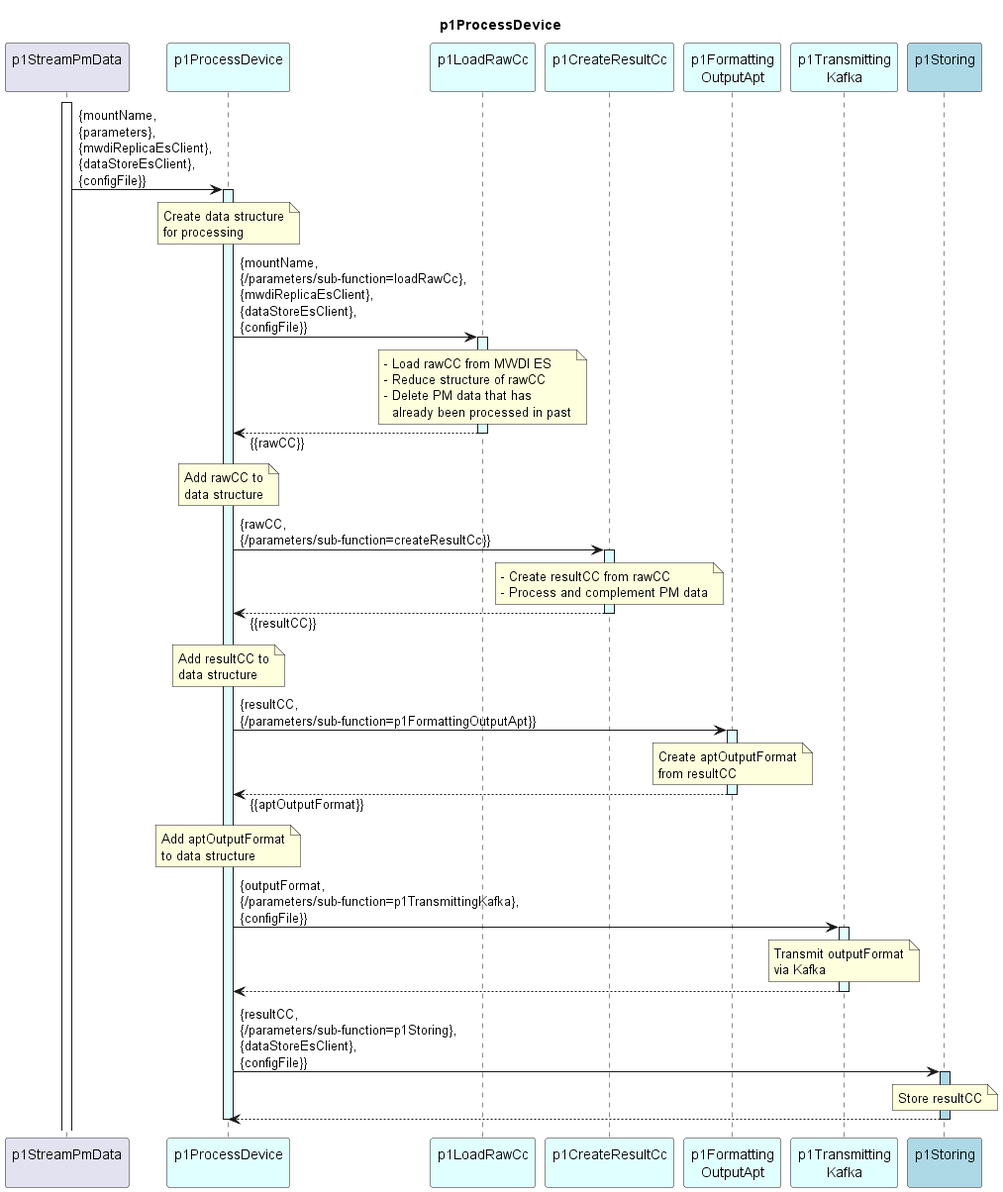
openBackhaul/DevicePerformanceManagementDataProcessor keeps this PlantUML diagram as spec/Functions/specificFunctions/p1StreamPmData/p1ProcessDevice/1.0.0/p1ProcessDevice.png. Above is the earlier version.
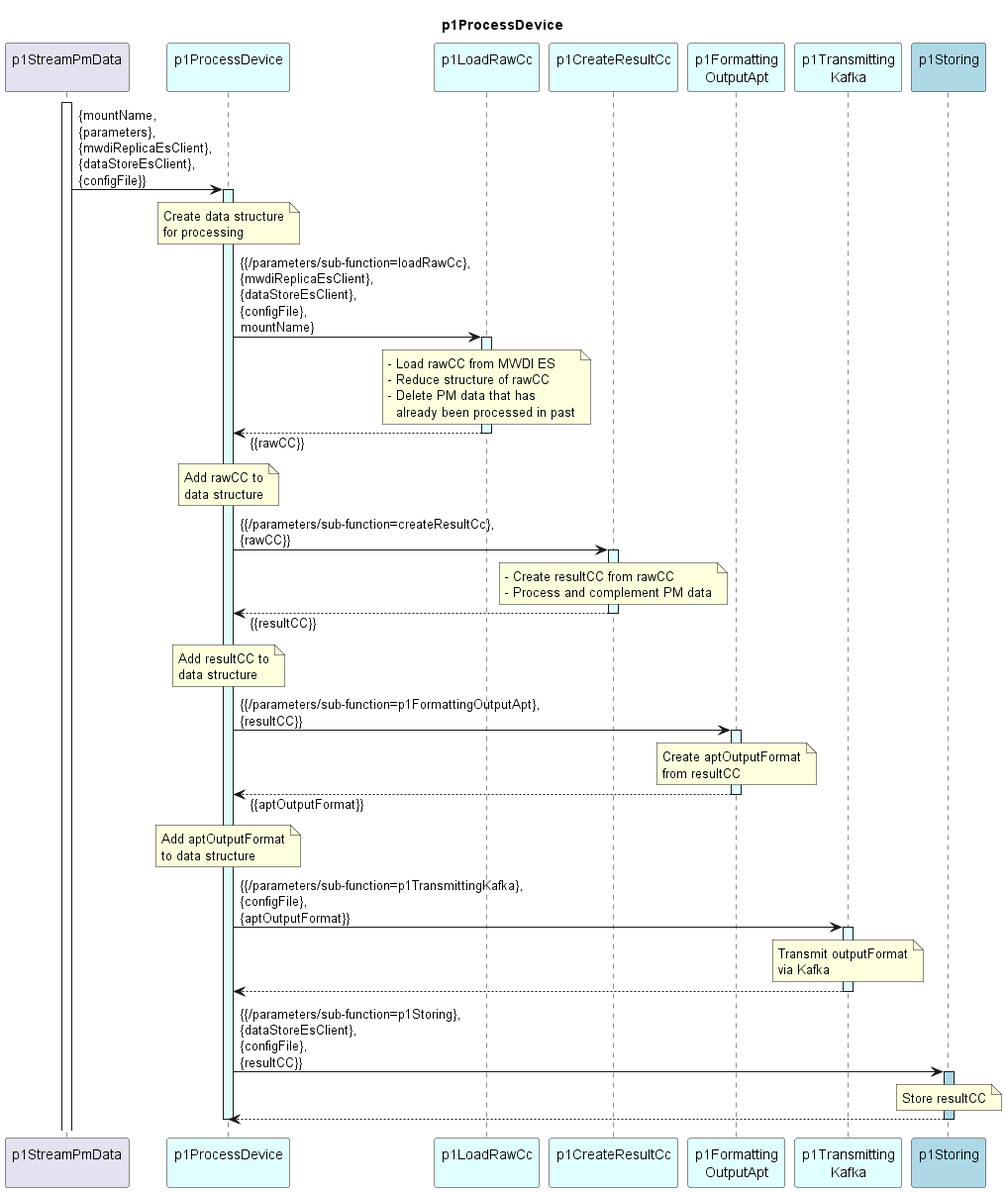
The same file after the commit.

Commit message:
Add findMostRecentPeriodEndTime to p1CreateResultCc

The edit, as a diff of the source:
```diff
@@ -24,7 +24,7 @@
     for processing
   end note
 
-  p1ProOrch -> p1AddRaw : {mountName,\n{/parameters/sub-function=loadRawCc},\n{mwdiReplicaEsClient},\n{dataStoreEsClient},\n{configFile}}
+  p1ProOrch -> p1AddRaw : {{/parameters/sub-function=loadRawCc},\n{mwdiReplicaEsClient},\n{dataStoreEsClient},\n{configFile},\nmountName}
   activate p1AddRaw #LightCyan
 
     note over p1AddRaw
@@ -42,7 +42,7 @@
     data structure
   end note
 
-  p1ProOrch -> p1CRC : {rawCC,\n{/parameters/sub-function=createResultCc}}
+  p1ProOrch -> p1CRC : {{/parameters/sub-function=createResultCc},\n{rawCC}}
   activate p1CRC #LightCyan
 
     note over p1CRC
@@ -58,7 +58,7 @@
     data structure
   end note
 
-  p1ProOrch -> p1Output : {resultCC,\n{/parameters/sub-function=p1FormattingOutputApt}}
+  p1ProOrch -> p1Output : {{/parameters/sub-function=p1FormattingOutputApt},\n{resultCC}}
   activate p1Output #LightCyan
 
     note over p1Output
@@ -74,7 +74,7 @@
     to data structure
   end note
 
-  p1ProOrch -> p1Trans : {outputFormat,\n{/parameters/sub-function=p1TransmittingKafka},\n{configFile}}
+  p1ProOrch -> p1Trans : {{/parameters/sub-function=p1TransmittingKafka},\n{configFile},\n{aptOutputFormat}}
   activate p1Trans #LightCyan
 
     note over p1Trans
@@ -85,7 +85,7 @@
   p1ProOrch <-- p1Trans
   deactivate p1Trans
 
-  p1ProOrch -> p1Store : {resultCC,\n{/parameters/sub-function=p1Storing},\n{dataStoreEsClient},\n{configFile}}
+  p1ProOrch -> p1Store : {{/parameters/sub-function=p1Storing},\n{dataStoreEsClient},\n{configFile},\n{resultCC}}
   activate p1Store #LightBlue
 
     note over p1Store
```
